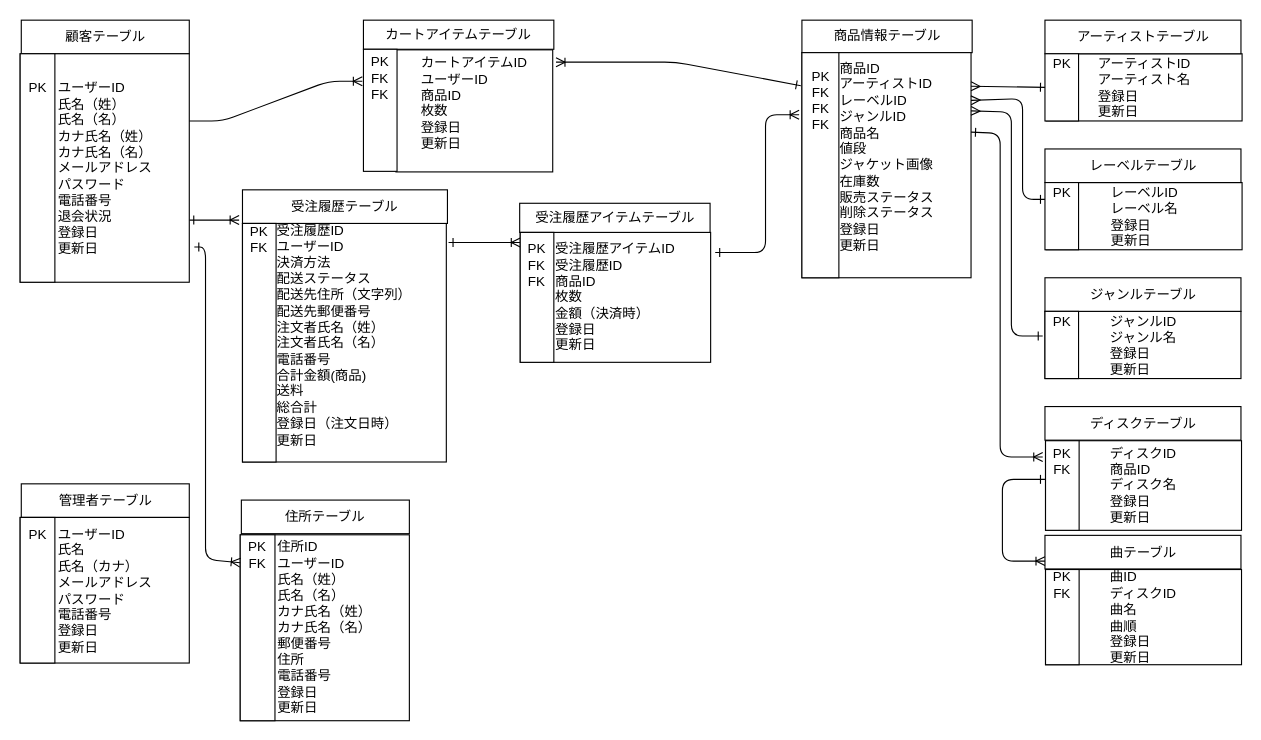
ecl11/ECL keeps this draw.io diagram as ER図.drawio. Above is the earlier version. Source tidied: cells renumbered, new cells numbered last; positions are measured from the earlier drawing's top-left corner, leaving out a move shared by most shapes. Both pictures are drawn from the tidied source at 112%, with x=0, y=0 at pixel (19, 20).
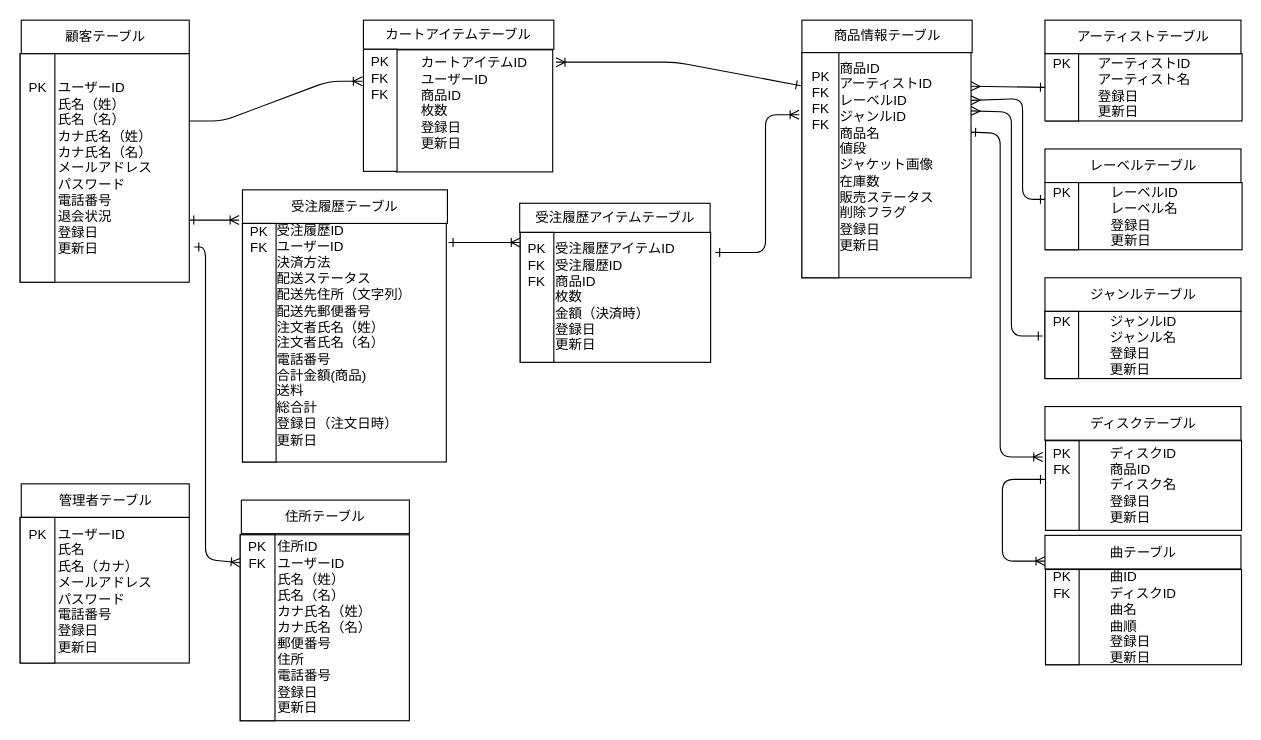
The same diagram, later.

Commit message:
削除フラグ追記

What changed in the source:
```diff
@@
-    <mxCell id="12" value="&lt;div style=&quot;text-align: left&quot;&gt;商品ID&lt;/div&gt;&lt;div style=&quot;text-align: left&quot;&gt;&lt;span&gt;アーティストID&lt;/span&gt;&lt;br&gt;&lt;/div&gt;&lt;div style=&quot;text-align: left&quot;&gt;レーベルID&lt;/div&gt;&lt;div style=&quot;text-align: left&quot;&gt;ジャンルID&lt;/div&gt;&lt;div style=&quot;text-align: left&quot;&gt;商品名&lt;/div&gt;&lt;div style=&quot;text-align: left&quot;&gt;値段&lt;br&gt;&lt;/div&gt;&lt;div style=&quot;text-align: left&quot;&gt;ジャケット画像&lt;br&gt;&lt;/div&gt;&lt;div style=&quot;text-align: left&quot;&gt;在庫数&lt;/div&gt;&lt;div style=&quot;text-align: left&quot;&gt;販売ステータス&lt;/div&gt;&lt;div style=&quot;text-align: left&quot;&gt;削除ステータス&lt;/div&gt;&lt;div style=&quot;text-align: left&quot;&gt;登録日&lt;/div&gt;&lt;div style=&quot;text-align: left&quot;&gt;更新日&lt;/div&gt;&lt;div style=&quot;text-align: left&quot;&gt;&lt;br&gt;&lt;/div&gt;" style="rounded=0;whiteSpace=wrap;html=1;" parent="1" vertex="1">
+    <mxCell id="12" value="&lt;div style=&quot;text-align: left&quot;&gt;商品ID&lt;/div&gt;&lt;div style=&quot;text-align: left&quot;&gt;&lt;span&gt;アーティストID&lt;/span&gt;&lt;br&gt;&lt;/div&gt;&lt;div style=&quot;text-align: left&quot;&gt;レーベルID&lt;/div&gt;&lt;div style=&quot;text-align: left&quot;&gt;ジャンルID&lt;/div&gt;&lt;div style=&quot;text-align: left&quot;&gt;商品名&lt;/div&gt;&lt;div style=&quot;text-align: left&quot;&gt;値段&lt;br&gt;&lt;/div&gt;&lt;div style=&quot;text-align: left&quot;&gt;ジャケット画像&lt;br&gt;&lt;/div&gt;&lt;div style=&quot;text-align: left&quot;&gt;在庫数&lt;/div&gt;&lt;div style=&quot;text-align: left&quot;&gt;販売ステータス&lt;/div&gt;&lt;div style=&quot;text-align: left&quot;&gt;削除フラグ&lt;/div&gt;&lt;div style=&quot;text-align: left&quot;&gt;登録日&lt;/div&gt;&lt;div style=&quot;text-align: left&quot;&gt;更新日&lt;/div&gt;&lt;div style=&quot;text-align: left&quot;&gt;&lt;br&gt;&lt;/div&gt;" style="rounded=0;whiteSpace=wrap;html=1;" parent="1" vertex="1">
       <mxGeometry x="698.5" y="28.5" width="151" height="201" as="geometry" />
     </mxCell>
```
